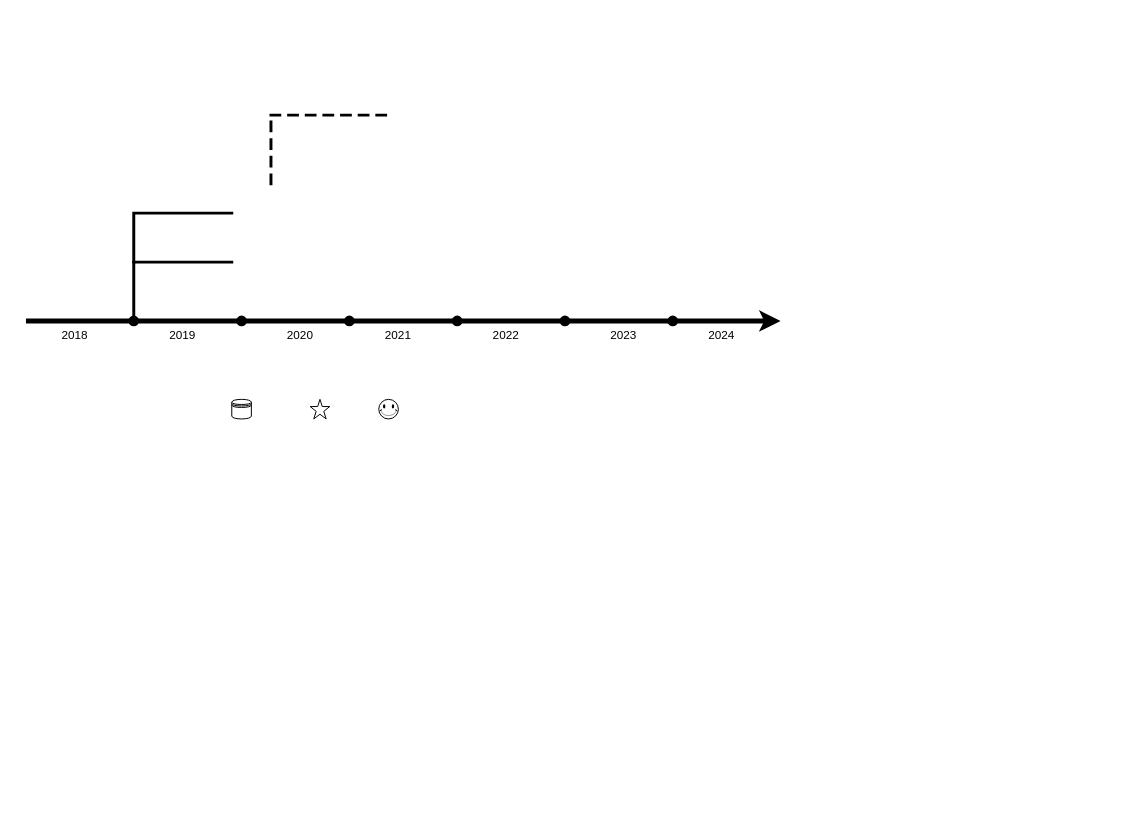
Above: page "第 2 页" (2 of 2) of 多视角多模态目标检测3模态案例.drawio in thb1314/for_draw_io (draw.io), before the change. Source tidied: cells renumbered, new cells numbered last; positions are measured from the earlier drawing's top-left corner, leaving out a move shared by most shapes. Both pictures are drawn from the tidied source at 98%, with x=0, y=0 at pixel (25, 115).
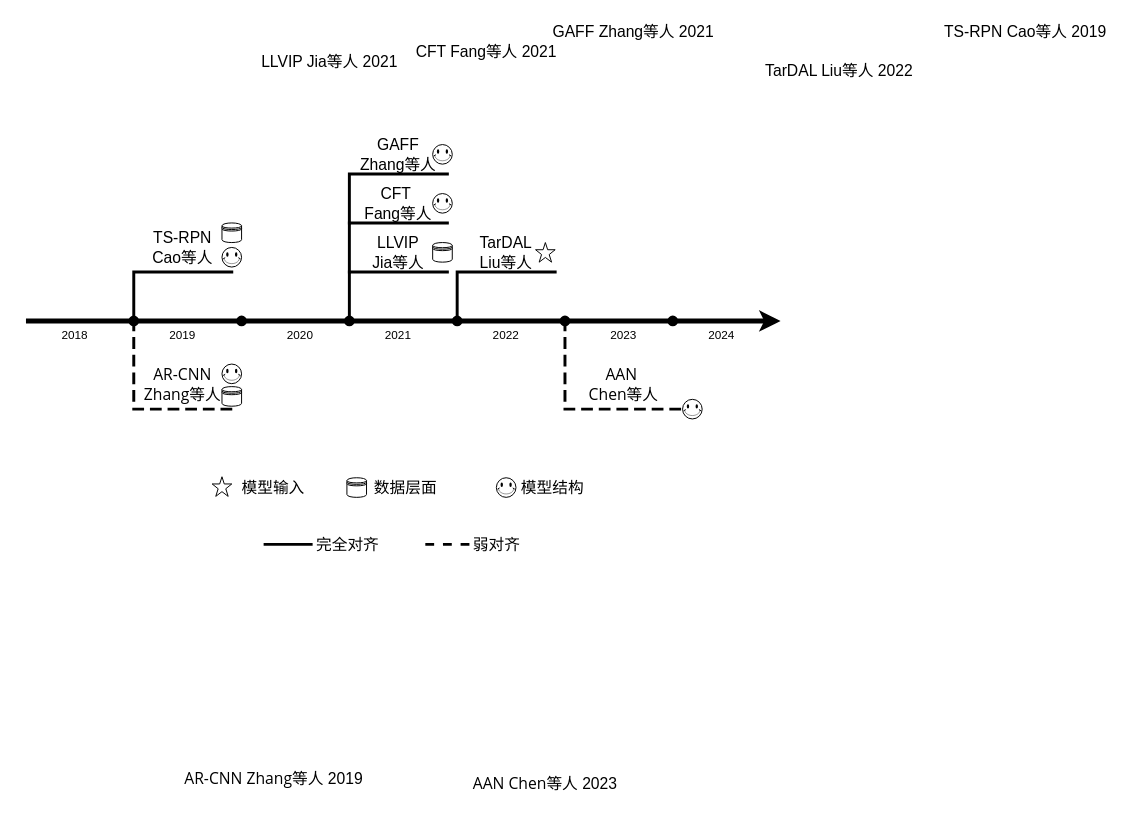
After the change.

Commit message:
更新多视角多模态目标检测3模态案例.drawio

Change to the diagram source:
```diff
@@
+    <mxCell id="22" style="shape=partialRectangle;whiteSpace=wrap;html=1;bottom=0;right=0;fillColor=none;strokeWidth=3;" parent="1" vertex="1">
+      <mxGeometry x="330" y="60" width="100" height="50" as="geometry" />
+    </mxCell>
+    <mxCell id="23" style="shape=partialRectangle;whiteSpace=wrap;html=1;bottom=0;right=0;fillColor=none;strokeWidth=3;" parent="1" vertex="1">
+      <mxGeometry x="330" y="110" width="100" height="50" as="geometry" />
+    </mxCell>
@@
     <mxCell id="16" style="shape=partialRectangle;whiteSpace=wrap;html=1;bottom=0;right=0;fillColor=none;strokeWidth=3;" parent="1" vertex="1">
-      <mxGeometry x="110" y="150" width="100" height="60" as="geometry" />
+      <mxGeometry x="110" y="160" width="100" height="50" as="geometry" />
     </mxCell>
-    <mxCell id="17" style="shape=partialRectangle;whiteSpace=wrap;html=1;bottom=0;right=0;fillColor=none;dashed=1;strokeWidth=3;" parent="1" vertex="1">
-      <mxGeometry x="250" width="120" height="70" as="geometry" />
+    <mxCell id="17" style="shape=partialRectangle;whiteSpace=wrap;html=1;bottom=0;right=0;fillColor=none;dashed=1;strokeWidth=3;flipV=1;" parent="1" vertex="1">
+      <mxGeometry x="110" y="210" width="100" height="90" as="geometry" />
     </mxCell>
-    <mxCell id="18" style="shape=partialRectangle;whiteSpace=wrap;html=1;bottom=0;right=0;fillColor=none;strokeWidth=3;" parent="1" vertex="1">
-      <mxGeometry x="110" y="100" width="100" height="50" as="geometry" />
-    </mxCell>
     <mxCell id="19" style="verticalLabelPosition=bottom;verticalAlign=top;html=1;shape=mxgraph.basic.star;" parent="1" vertex="1">
-      <mxGeometry x="290" y="290" width="20" height="20" as="geometry" />
+      <mxGeometry x="190" y="369" width="20" height="20" as="geometry" />
     </mxCell>
     <mxCell id="20" style="shape=datastore;whiteSpace=wrap;html=1;" parent="1" vertex="1">
-      <mxGeometry x="210" y="290" width="20" height="20" as="geometry" />
+      <mxGeometry x="327.5" y="370" width="20" height="20" as="geometry" />
     </mxCell>
     <mxCell id="21" style="verticalLabelPosition=bottom;verticalAlign=top;html=1;shape=mxgraph.basic.smiley;" parent="1" vertex="1">
-      <mxGeometry x="360" y="290" width="20" height="20" as="geometry" />
+      <mxGeometry x="480" y="370" width="20" height="20" as="geometry" />
     </mxCell>
+    <mxCell id="24" value="&lt;font style=&quot;font-size: 16px;&quot;&gt;GAFF&amp;nbsp;Zhang等人 2021&lt;/font&gt;" style="text;html=1;align=center;verticalAlign=middle;whiteSpace=wrap;rounded=0;" parent="1" vertex="1">
+      <mxGeometry x="525" y="-100" width="190" height="30" as="geometry" />
+    </mxCell>
+    <mxCell id="25" value="&lt;font style=&quot;font-size: 16px;&quot;&gt;CFT Fang等人 2021&lt;/font&gt;" style="text;html=1;align=center;verticalAlign=middle;whiteSpace=wrap;rounded=0;" parent="1" vertex="1">
+      <mxGeometry x="375" y="-80" width="190" height="30" as="geometry" />
+    </mxCell>
+    <mxCell id="26" value="&lt;font style=&quot;font-size: 16px;&quot;&gt;TarDAL Liu等人 2022&lt;/font&gt;" style="text;html=1;align=center;verticalAlign=middle;whiteSpace=wrap;rounded=0;" parent="1" vertex="1">
+      <mxGeometry x="735" y="-60" width="190" height="30" as="geometry" />
+    </mxCell>
+    <mxCell id="27" value="&lt;font style=&quot;font-size: 16px;&quot;&gt;LLVIP Jia等人 2021&lt;/font&gt;" style="text;html=1;align=center;verticalAlign=middle;whiteSpace=wrap;rounded=0;" parent="1" vertex="1">
+      <mxGeometry x="215" y="-70" width="190" height="30" as="geometry" />
+    </mxCell>
+    <mxCell id="28" value="&lt;font style=&quot;font-size: 16px;&quot;&gt;TS-RPN Cao等人 2019&lt;/font&gt;" style="text;html=1;align=center;verticalAlign=middle;whiteSpace=wrap;rounded=0;" parent="1" vertex="1">
+      <mxGeometry x="925" y="-100" width="190" height="30" as="geometry" />
+    </mxCell>
+    <mxCell id="29" value="&lt;font style=&quot;font-size: 16px;&quot;&gt;&lt;span style=&quot;font-family: &amp;quot;Open Sans&amp;quot;, Arial, Verdana, sans-serif; text-align: justify; background-color: rgb(255, 255, 255);&quot;&gt;AR-CNN Zhang&lt;/span&gt;等人 2019&lt;/font&gt;" style="text;html=1;align=center;verticalAlign=middle;whiteSpace=wrap;rounded=0;" parent="1" vertex="1">
+      <mxGeometry x="157.5" y="662" width="190" height="30" as="geometry" />
+    </mxCell>
+    <mxCell id="30" value="&lt;font style=&quot;font-size: 16px;&quot;&gt;&lt;span style=&quot;font-family: &amp;quot;Open Sans&amp;quot;, Arial, Verdana, sans-serif; text-align: justify; background-color: rgb(255, 255, 255);&quot;&gt;AAN Chen&lt;/span&gt;等人 2023&lt;/font&gt;" style="text;html=1;align=center;verticalAlign=middle;whiteSpace=wrap;rounded=0;" parent="1" vertex="1">
+      <mxGeometry x="435" y="667" width="190" height="30" as="geometry" />
+    </mxCell>
+    <mxCell id="31" value="&lt;font style=&quot;font-size: 16px;&quot;&gt;&lt;span style=&quot;font-family: &amp;quot;Open Sans&amp;quot;, Arial, Verdana, sans-serif; text-align: justify; background-color: rgb(255, 255, 255);&quot;&gt;AR-CNN&lt;/span&gt;&lt;/font&gt;&lt;div&gt;&lt;font style=&quot;font-size: 16px;&quot;&gt;&lt;span style=&quot;font-family: &amp;quot;Open Sans&amp;quot;, Arial, Verdana, sans-serif; text-align: justify; background-color: rgb(255, 255, 255);&quot;&gt;Zhang&lt;/span&gt;等人&lt;/font&gt;&lt;/div&gt;" style="text;html=1;align=center;verticalAlign=middle;whiteSpace=wrap;rounded=0;" parent="1" vertex="1">
+      <mxGeometry x="110" y="250" width="100" height="50" as="geometry" />
+    </mxCell>
+    <mxCell id="32" style="shape=datastore;whiteSpace=wrap;html=1;" parent="1" vertex="1">
+      <mxGeometry x="200" y="277" width="20" height="20" as="geometry" />
+    </mxCell>
+    <mxCell id="33" style="verticalLabelPosition=bottom;verticalAlign=top;html=1;shape=mxgraph.basic.smiley;" parent="1" vertex="1">
+      <mxGeometry x="200" y="254" width="20" height="20" as="geometry" />
+    </mxCell>
+    <mxCell id="34" style="shape=partialRectangle;whiteSpace=wrap;html=1;bottom=0;right=0;fillColor=none;dashed=1;strokeWidth=3;flipV=1;" parent="1" vertex="1">
+      <mxGeometry x="550" y="210" width="120" height="90" as="geometry" />
+    </mxCell>
+    <mxCell id="35" value="&lt;font style=&quot;font-size: 16px;&quot;&gt;&lt;span style=&quot;font-family: &amp;quot;Open Sans&amp;quot;, Arial, Verdana, sans-serif; text-align: justify; background-color: rgb(255, 255, 255);&quot;&gt;AAN&amp;nbsp;&lt;/span&gt;&lt;/font&gt;&lt;div&gt;&lt;font style=&quot;font-size: 16px;&quot;&gt;&lt;span style=&quot;font-family: &amp;quot;Open Sans&amp;quot;, Arial, Verdana, sans-serif; text-align: justify; background-color: rgb(255, 255, 255);&quot;&gt;Chen&lt;/span&gt;等人&lt;/font&gt;&lt;/div&gt;" style="text;html=1;align=center;verticalAlign=middle;whiteSpace=wrap;rounded=0;" parent="1" vertex="1">
+      <mxGeometry x="565" y="255" width="90" height="40" as="geometry" />
+    </mxCell>
+    <mxCell id="36" style="verticalLabelPosition=bottom;verticalAlign=top;html=1;shape=mxgraph.basic.smiley;" parent="1" vertex="1">
+      <mxGeometry x="670" y="290" width="20" height="20" as="geometry" />
+    </mxCell>
+    <mxCell id="37" value="&lt;font style=&quot;font-size: 16px;&quot;&gt;TS-RPN&lt;/font&gt;&lt;div&gt;&lt;font style=&quot;font-size: 16px;&quot;&gt;Cao等人&lt;/font&gt;&lt;/div&gt;" style="text;html=1;align=center;verticalAlign=middle;whiteSpace=wrap;rounded=0;" parent="1" vertex="1">
+      <mxGeometry x="120" y="110" width="80" height="50" as="geometry" />
+    </mxCell>
+    <mxCell id="38" style="verticalLabelPosition=bottom;verticalAlign=top;html=1;shape=mxgraph.basic.smiley;" parent="1" vertex="1">
+      <mxGeometry x="200" y="135" width="20" height="20" as="geometry" />
+    </mxCell>
+    <mxCell id="39" style="shape=datastore;whiteSpace=wrap;html=1;" parent="1" vertex="1">
+      <mxGeometry x="200" y="110" width="20" height="20" as="geometry" />
+    </mxCell>
+    <mxCell id="40" style="shape=partialRectangle;whiteSpace=wrap;html=1;bottom=0;right=0;fillColor=none;strokeWidth=3;" parent="1" vertex="1">
+      <mxGeometry x="330" y="160" width="100" height="50" as="geometry" />
+    </mxCell>
+    <mxCell id="41" value="&lt;span style=&quot;font-size: 16px;&quot;&gt;LLVIP&lt;/span&gt;&lt;div&gt;&lt;span style=&quot;font-size: 16px;&quot;&gt;Jia等人&lt;/span&gt;&lt;br&gt;&lt;/div&gt;" style="text;html=1;align=center;verticalAlign=middle;whiteSpace=wrap;rounded=0;" parent="1" vertex="1">
+      <mxGeometry x="345" y="120" width="70" height="40" as="geometry" />
+    </mxCell>
+    <mxCell id="42" style="shape=datastore;whiteSpace=wrap;html=1;" parent="1" vertex="1">
+      <mxGeometry x="415" y="130" width="20" height="20" as="geometry" />
+    </mxCell>
+    <mxCell id="43" value="&lt;div&gt;&lt;span style=&quot;font-size: 16px;&quot;&gt;CFT&amp;nbsp;&lt;/span&gt;&lt;/div&gt;&lt;div&gt;&lt;span style=&quot;font-size: 16px;&quot;&gt;Fang等人&lt;/span&gt;&lt;br&gt;&lt;/div&gt;" style="text;html=1;align=center;verticalAlign=middle;whiteSpace=wrap;rounded=0;" parent="1" vertex="1">
+      <mxGeometry x="340" y="70" width="80" height="40" as="geometry" />
+    </mxCell>
+    <mxCell id="44" value="&lt;font style=&quot;font-size: 16px;&quot;&gt;GAFF&lt;/font&gt;&lt;div&gt;&lt;font style=&quot;font-size: 16px;&quot;&gt;Zhang等人&lt;/font&gt;&lt;/div&gt;" style="text;html=1;align=center;verticalAlign=middle;whiteSpace=wrap;rounded=0;" parent="1" vertex="1">
+      <mxGeometry x="335" y="20" width="90" height="40" as="geometry" />
+    </mxCell>
+    <mxCell id="45" style="verticalLabelPosition=bottom;verticalAlign=top;html=1;shape=mxgraph.basic.smiley;" parent="1" vertex="1">
+      <mxGeometry x="415" y="80" width="20" height="20" as="geometry" />
+    </mxCell>
+    <mxCell id="46" style="verticalLabelPosition=bottom;verticalAlign=top;html=1;shape=mxgraph.basic.smiley;" parent="1" vertex="1">
+      <mxGeometry x="415" y="30" width="20" height="20" as="geometry" />
+    </mxCell>
+    <mxCell id="47" style="verticalLabelPosition=bottom;verticalAlign=top;html=1;shape=mxgraph.basic.star;" parent="1" vertex="1">
+      <mxGeometry x="520" y="130" width="20" height="20" as="geometry" />
+    </mxCell>
+    <mxCell id="48" style="shape=partialRectangle;whiteSpace=wrap;html=1;bottom=0;right=0;fillColor=none;strokeWidth=3;" parent="1" vertex="1">
+      <mxGeometry x="440" y="160" width="100" height="50" as="geometry" />
+    </mxCell>
+    <mxCell id="49" value="&lt;div&gt;&lt;span style=&quot;font-size: 16px;&quot;&gt;TarDAL&lt;/span&gt;&lt;/div&gt;&lt;div&gt;&lt;span style=&quot;font-size: 16px;&quot;&gt;Liu等人&lt;/span&gt;&lt;br&gt;&lt;/div&gt;" style="text;html=1;align=center;verticalAlign=middle;whiteSpace=wrap;rounded=0;" parent="1" vertex="1">
+      <mxGeometry x="455" y="120" width="70" height="40" as="geometry" />
+    </mxCell>
+    <mxCell id="50" value="&lt;div style=&quot;text-align: justify;&quot;&gt;&lt;font face=&quot;Open Sans, Arial, Verdana, sans-serif&quot;&gt;&lt;span style=&quot;font-size: 16px; background-color: rgb(255, 255, 255);&quot;&gt;模型输入&lt;/span&gt;&lt;/font&gt;&lt;/div&gt;" style="text;html=1;align=center;verticalAlign=middle;whiteSpace=wrap;rounded=0;" parent="1" vertex="1">
+      <mxGeometry x="215" y="362.5" width="75" height="35" as="geometry" />
+    </mxCell>
+    <mxCell id="51" value="&lt;div style=&quot;text-align: justify;&quot;&gt;&lt;font face=&quot;Open Sans, Arial, Verdana, sans-serif&quot;&gt;&lt;span style=&quot;font-size: 16px; background-color: rgb(255, 255, 255);&quot;&gt;数据层面&lt;/span&gt;&lt;/font&gt;&lt;/div&gt;" style="text;html=1;align=center;verticalAlign=middle;whiteSpace=wrap;rounded=0;" parent="1" vertex="1">
+      <mxGeometry x="350" y="362.5" width="75" height="35" as="geometry" />
+    </mxCell>
+    <mxCell id="52" value="&lt;div style=&quot;text-align: justify;&quot;&gt;&lt;font face=&quot;Open Sans, Arial, Verdana, sans-serif&quot;&gt;&lt;span style=&quot;font-size: 16px; background-color: rgb(255, 255, 255);&quot;&gt;模型结构&lt;/span&gt;&lt;/font&gt;&lt;/div&gt;" style="text;html=1;align=center;verticalAlign=middle;whiteSpace=wrap;rounded=0;" parent="1" vertex="1">
+      <mxGeometry x="500" y="362.5" width="75" height="35" as="geometry" />
+    </mxCell>
+    <mxCell id="53" style="endArrow=none;html=1;rounded=0;strokeWidth=3;" parent="1" edge="1">
+      <mxGeometry relative="1" as="geometry">
+        <mxPoint x="242.5" y="438" as="sourcePoint" />
+        <mxPoint x="292.5" y="438" as="targetPoint" />
+      </mxGeometry>
+    </mxCell>
+    <mxCell id="54" style="endArrow=none;html=1;rounded=0;strokeWidth=3;dashed=1;" parent="1" edge="1">
+      <mxGeometry relative="1" as="geometry">
+        <mxPoint x="407.5" y="438" as="sourcePoint" />
+        <mxPoint x="457.5" y="438" as="targetPoint" />
+      </mxGeometry>
+    </mxCell>
+    <mxCell id="55" value="&lt;div style=&quot;text-align: justify;&quot;&gt;&lt;font face=&quot;Open Sans, Arial, Verdana, sans-serif&quot;&gt;&lt;span style=&quot;font-size: 16px; background-color: rgb(255, 255, 255);&quot;&gt;完全对齐&lt;/span&gt;&lt;/font&gt;&lt;/div&gt;" style="text;html=1;align=center;verticalAlign=middle;whiteSpace=wrap;rounded=0;" parent="1" vertex="1">
+      <mxGeometry x="290.5" y="420" width="75" height="35" as="geometry" />
+    </mxCell>
+    <mxCell id="56" value="&lt;div style=&quot;text-align: justify;&quot;&gt;&lt;font face=&quot;Open Sans, Arial, Verdana, sans-serif&quot;&gt;&lt;span style=&quot;font-size: 16px; background-color: rgb(255, 255, 255);&quot;&gt;弱对齐&lt;/span&gt;&lt;/font&gt;&lt;/div&gt;" style="text;html=1;align=center;verticalAlign=middle;whiteSpace=wrap;rounded=0;" parent="1" vertex="1">
+      <mxGeometry x="442.5" y="420" width="75" height="35" as="geometry" />
+    </mxCell>
```
